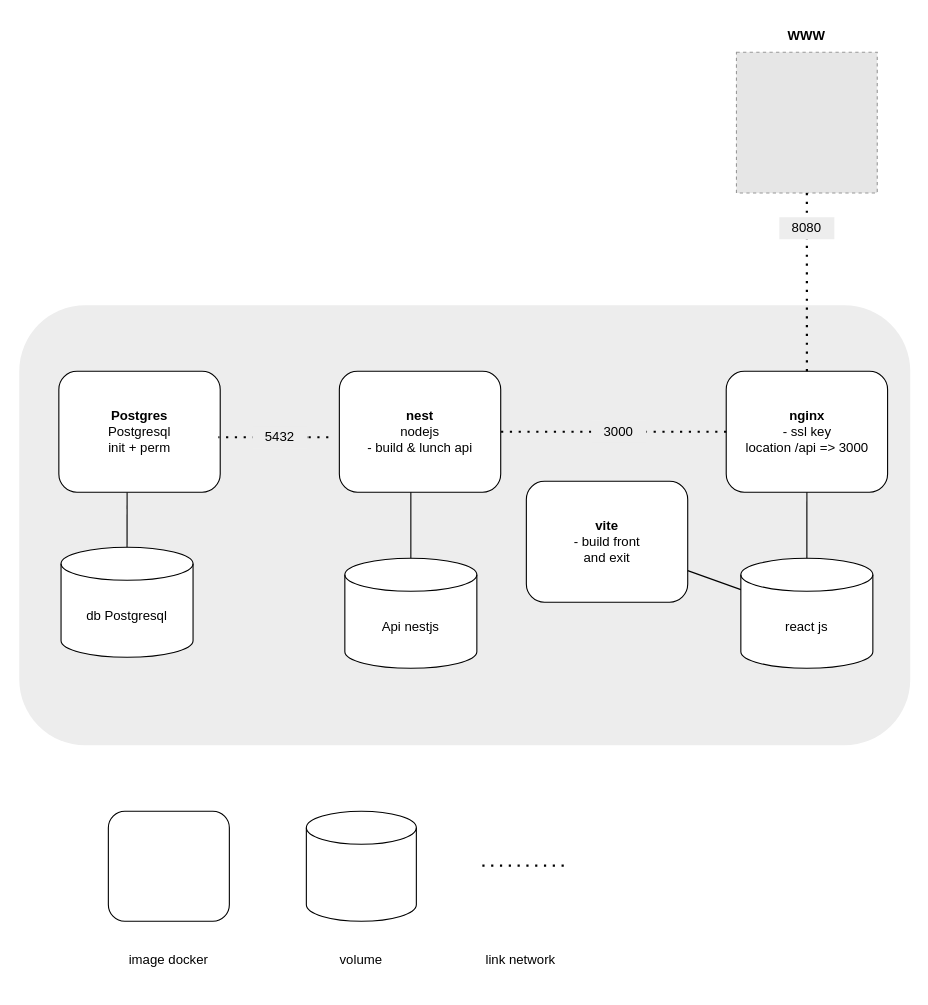
fleblay/42-ft_transcendence keeps this draw.io diagram as info/stack_docker.drawio. Above is the earlier version. Source tidied: cells renumbered, new cells numbered last; positions are measured from the earlier drawing's top-left corner, leaving out a move shared by most shapes. Both pictures are drawn from the tidied source at 110%, with x=0, y=0 at pixel (19, 19). Pictures stored in the file or linked from it are replaced by grey dashed boxes.
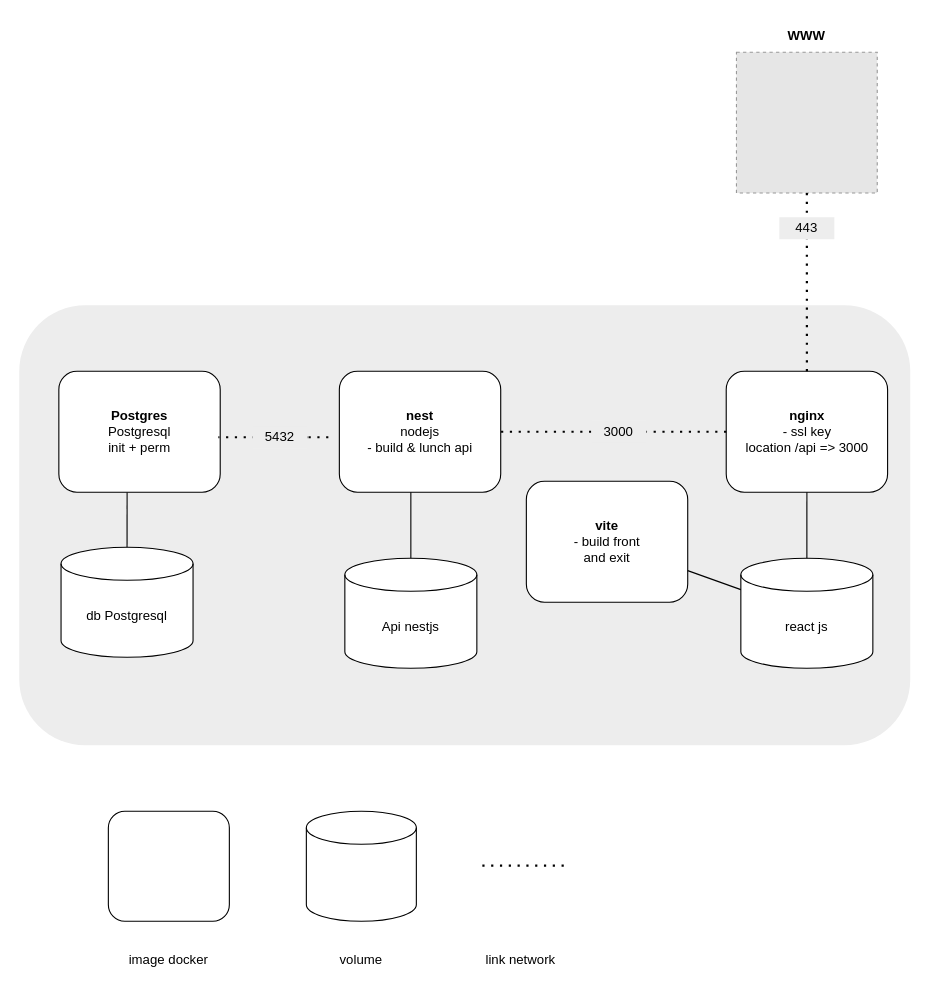
After the change.

Commit message:
Mettre à jour stack_docker.drawio

Diff of the diagram source:
```diff
@@
-    <mxCell id="15" value="8080" style="rounded=0;whiteSpace=wrap;html=1;fillColor=#ededed;strokeColor=none;" parent="1" vertex="1">
+    <mxCell id="15" value="443" style="rounded=0;whiteSpace=wrap;html=1;fillColor=#ededed;strokeColor=none;" parent="1" vertex="1">
       <mxGeometry x="691" y="180" width="50" height="20" as="geometry" />
     </mxCell>
```
